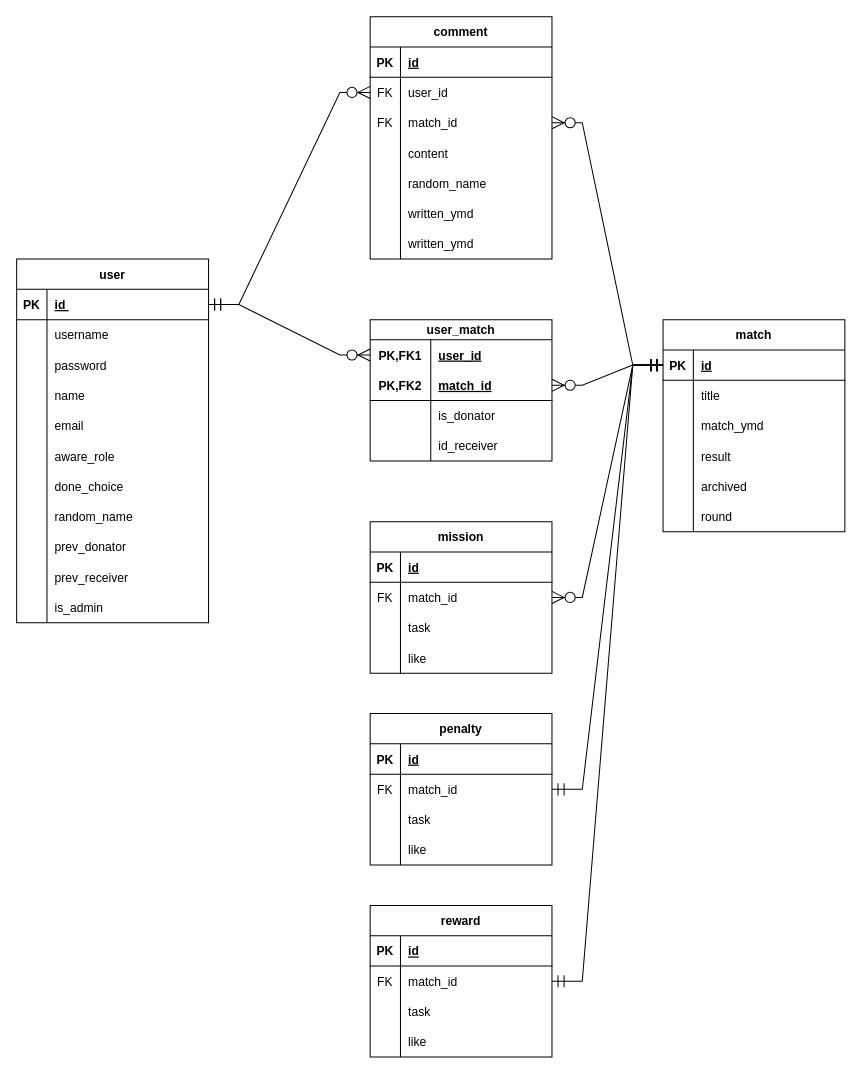
This is src/main/resources/draft/schema.drawio from kwan9069/manitto, a draw.io file, before an edit. Source tidied: cells renumbered, new cells numbered last; positions are measured from the earlier drawing's top-left corner, leaving out a move shared by most shapes. Both pictures are drawn from the tidied source at 101%, with x=0, y=0 at pixel (16, 16).
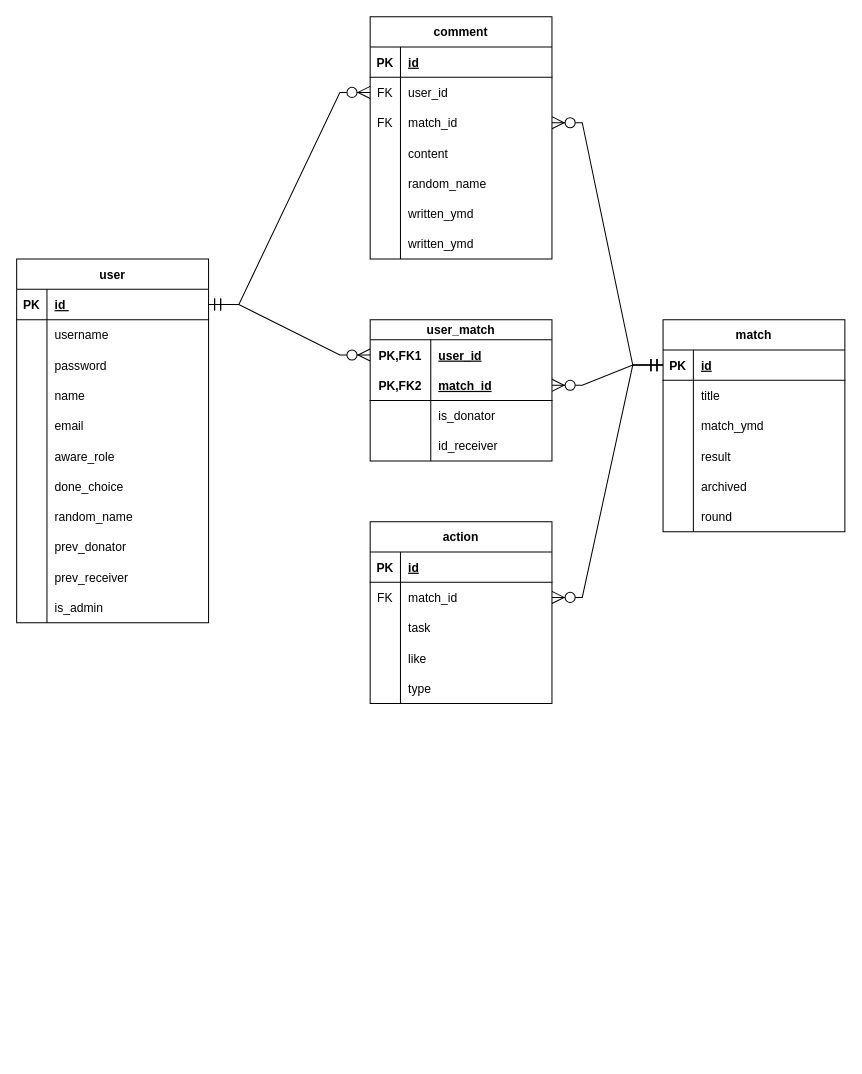
Above is the later version.

Unchanged cells that the change refers to:
```xml
<mxCell id="37" style="shape=tableRow;horizontal=0;startSize=0;swimlaneHead=0;swimlaneBody=0;fillColor=none;points=[[0,0.5],[1,0.5]];portConstraint=eastwest;top=0;left=0;right=0;bottom=1;" parent="36" vertex="1">
  <mxGeometry y="30" width="180" height="30" as="geometry" />
</mxCell>
```

The edit, as a diff of the source:
```diff
@@
-    <mxCell id="68" value="mission" style="shape=table;startSize=30;childLayout=tableLayout;rowLines=0;fontStyle=1;align=center;" parent="1" vertex="1">
-      <mxGeometry x="350" y="500" width="180" height="150" as="geometry" />
+    <mxCell id="68" value="action" style="shape=table;startSize=30;childLayout=tableLayout;rowLines=0;fontStyle=1;align=center;" parent="1" vertex="1">
+      <mxGeometry x="350" y="500" width="180" height="180" as="geometry" />
     </mxCell>
@@
-    <mxCell id="81" value="penalty" style="shape=table;startSize=30;childLayout=tableLayout;rowLines=0;fontStyle=1;align=center;" parent="1" vertex="1">
-      <mxGeometry x="350" y="690" width="180" height="150" as="geometry" />
-    </mxCell>
-    <mxCell id="82" style="shape=tableRow;horizontal=0;startSize=0;swimlaneHead=0;swimlaneBody=0;fillColor=none;top=0;left=0;right=0;bottom=1;" parent="81" vertex="1">
-      <mxGeometry y="30" width="180" height="30" as="geometry" />
-    </mxCell>
-    <mxCell id="83" value="PK" style="shape=partialRectangle;fillColor=none;top=0;left=0;bottom=0;right=0;fontStyle=1;overflow=hidden;" parent="82" vertex="1">
-      <mxGeometry width="30" height="30" as="geometry" />
-    </mxCell>
-    <mxCell id="84" value="id" style="shape=partialRectangle;fillColor=none;top=0;left=0;bottom=0;right=0;align=left;spacingLeft=6;fontStyle=5;overflow=hidden;" parent="82" vertex="1">
-      <mxGeometry x="30" width="150" height="30" as="geometry" />
-    </mxCell>
-    <mxCell id="85" style="shape=tableRow;horizontal=0;startSize=0;swimlaneHead=0;swimlaneBody=0;fillColor=none;points=[[0,0.5],[1,0.5]];portConstraint=eastwest;top=0;left=0;right=0;bottom=0;" parent="81" vertex="1">
-      <mxGeometry y="60" width="180" height="30" as="geometry" />
-    </mxCell>
-    <mxCell id="86" value="FK" style="shape=partialRectangle;fillColor=none;top=0;left=0;bottom=0;right=0;overflow=hidden;" parent="85" vertex="1">
-      <mxGeometry width="30" height="30" as="geometry" />
-    </mxCell>
-    <mxCell id="87" value="match_id" style="shape=partialRectangle;fillColor=none;top=0;left=0;bottom=0;right=0;align=left;spacingLeft=6;overflow=hidden;" parent="85" vertex="1">
-      <mxGeometry x="30" width="150" height="30" as="geometry" />
-    </mxCell>
-    <mxCell id="88" style="shape=tableRow;horizontal=0;startSize=0;swimlaneHead=0;swimlaneBody=0;fillColor=none;top=0;left=0;right=0;bottom=0;" parent="81" vertex="1">
-      <mxGeometry y="90" width="180" height="30" as="geometry" />
-    </mxCell>
-    <mxCell id="89" style="shape=partialRectangle;fillColor=none;top=0;left=0;bottom=0;right=0;overflow=hidden;" parent="88" vertex="1">
-      <mxGeometry width="30" height="30" as="geometry" />
-    </mxCell>
-    <mxCell id="90" value="task" style="shape=partialRectangle;fillColor=none;top=0;left=0;bottom=0;right=0;align=left;spacingLeft=6;overflow=hidden;" parent="88" vertex="1">
-      <mxGeometry x="30" width="150" height="30" as="geometry" />
-    </mxCell>
-    <mxCell id="91" style="shape=tableRow;horizontal=0;startSize=0;swimlaneHead=0;swimlaneBody=0;fillColor=none;top=0;left=0;right=0;bottom=0;" parent="81" vertex="1">
-      <mxGeometry y="120" width="180" height="30" as="geometry" />
-    </mxCell>
-    <mxCell id="92" style="shape=partialRectangle;fillColor=none;top=0;left=0;bottom=0;right=0;overflow=hidden;" parent="91" vertex="1">
-      <mxGeometry width="30" height="30" as="geometry" />
-    </mxCell>
-    <mxCell id="93" value="like" style="shape=partialRectangle;fillColor=none;top=0;left=0;bottom=0;right=0;align=left;spacingLeft=6;overflow=hidden;" parent="91" vertex="1">
-      <mxGeometry x="30" width="150" height="30" as="geometry" />
-    </mxCell>
+    <mxCell id="136" style="shape=tableRow;horizontal=0;startSize=0;swimlaneHead=0;swimlaneBody=0;fillColor=none;top=0;left=0;right=0;bottom=0;" parent="68" vertex="1">
+      <mxGeometry y="150" width="180" height="30" as="geometry" />
+    </mxCell>
+    <mxCell id="137" style="shape=partialRectangle;fillColor=none;top=0;left=0;bottom=0;right=0;overflow=hidden;" parent="136" vertex="1">
+      <mxGeometry width="30" height="30" as="geometry" />
+    </mxCell>
+    <mxCell id="138" value="type" style="shape=partialRectangle;fillColor=none;top=0;left=0;bottom=0;right=0;align=left;spacingLeft=6;overflow=hidden;" parent="136" vertex="1">
+      <mxGeometry x="30" width="150" height="30" as="geometry" />
+    </mxCell>
@@
-    <mxCell id="120" style="edgeStyle=entityRelationEdgeStyle;fontSize=12;html=1;endArrow=ERmandOne;startArrow=ERmandOne;rounded=0;startSize=10;endSize=10;exitX=1;exitY=0.5;exitDx=0;exitDy=0;entryX=0;entryY=0.5;entryDx=0;entryDy=0;" parent="1" edge="1" source="85" target="37">
-      <mxGeometry relative="1" as="geometry" />
-    </mxCell>
-    <mxCell id="121" value="reward" style="shape=table;startSize=30;childLayout=tableLayout;rowLines=0;fontStyle=1;align=center;" parent="1" vertex="1">
-      <mxGeometry x="350" y="880" width="180" height="150" as="geometry" />
-    </mxCell>
-    <mxCell id="122" style="shape=tableRow;horizontal=0;startSize=0;swimlaneHead=0;swimlaneBody=0;fillColor=none;top=0;left=0;right=0;bottom=1;" parent="121" vertex="1">
-      <mxGeometry y="30" width="180" height="30" as="geometry" />
-    </mxCell>
-    <mxCell id="123" value="PK" style="shape=partialRectangle;fillColor=none;top=0;left=0;bottom=0;right=0;fontStyle=1;overflow=hidden;" parent="122" vertex="1">
-      <mxGeometry width="30" height="30" as="geometry" />
-    </mxCell>
-    <mxCell id="124" value="id" style="shape=partialRectangle;fillColor=none;top=0;left=0;bottom=0;right=0;align=left;spacingLeft=6;fontStyle=5;overflow=hidden;" parent="122" vertex="1">
-      <mxGeometry x="30" width="150" height="30" as="geometry" />
-    </mxCell>
-    <mxCell id="125" style="shape=tableRow;horizontal=0;startSize=0;swimlaneHead=0;swimlaneBody=0;fillColor=none;points=[[0,0.5],[1,0.5]];portConstraint=eastwest;top=0;left=0;right=0;bottom=0;" parent="121" vertex="1">
-      <mxGeometry y="60" width="180" height="30" as="geometry" />
-    </mxCell>
-    <mxCell id="126" value="FK" style="shape=partialRectangle;fillColor=none;top=0;left=0;bottom=0;right=0;overflow=hidden;" parent="125" vertex="1">
-      <mxGeometry width="30" height="30" as="geometry" />
-    </mxCell>
-    <mxCell id="127" value="match_id" style="shape=partialRectangle;fillColor=none;top=0;left=0;bottom=0;right=0;align=left;spacingLeft=6;overflow=hidden;" parent="125" vertex="1">
-      <mxGeometry x="30" width="150" height="30" as="geometry" />
-    </mxCell>
-    <mxCell id="128" style="shape=tableRow;horizontal=0;startSize=0;swimlaneHead=0;swimlaneBody=0;fillColor=none;top=0;left=0;right=0;bottom=0;" parent="121" vertex="1">
-      <mxGeometry y="90" width="180" height="30" as="geometry" />
-    </mxCell>
-    <mxCell id="129" style="shape=partialRectangle;fillColor=none;top=0;left=0;bottom=0;right=0;overflow=hidden;" parent="128" vertex="1">
-      <mxGeometry width="30" height="30" as="geometry" />
-    </mxCell>
-    <mxCell id="130" value="task" style="shape=partialRectangle;fillColor=none;top=0;left=0;bottom=0;right=0;align=left;spacingLeft=6;overflow=hidden;" parent="128" vertex="1">
-      <mxGeometry x="30" width="150" height="30" as="geometry" />
-    </mxCell>
-    <mxCell id="131" style="shape=tableRow;horizontal=0;startSize=0;swimlaneHead=0;swimlaneBody=0;fillColor=none;top=0;left=0;right=0;bottom=0;" parent="121" vertex="1">
-      <mxGeometry y="120" width="180" height="30" as="geometry" />
-    </mxCell>
-    <mxCell id="132" style="shape=partialRectangle;fillColor=none;top=0;left=0;bottom=0;right=0;overflow=hidden;" parent="131" vertex="1">
-      <mxGeometry width="30" height="30" as="geometry" />
-    </mxCell>
-    <mxCell id="133" value="like" style="shape=partialRectangle;fillColor=none;top=0;left=0;bottom=0;right=0;align=left;spacingLeft=6;overflow=hidden;" parent="131" vertex="1">
-      <mxGeometry x="30" width="150" height="30" as="geometry" />
-    </mxCell>
-    <mxCell id="134" style="edgeStyle=entityRelationEdgeStyle;fontSize=12;html=1;endArrow=ERmandOne;startArrow=ERmandOne;rounded=0;startSize=10;endSize=10;exitX=1;exitY=0.5;exitDx=0;exitDy=0;entryX=0;entryY=0.5;entryDx=0;entryDy=0;" parent="1" edge="1" source="125" target="37">
-      <mxGeometry relative="1" as="geometry" />
-    </mxCell>
```
